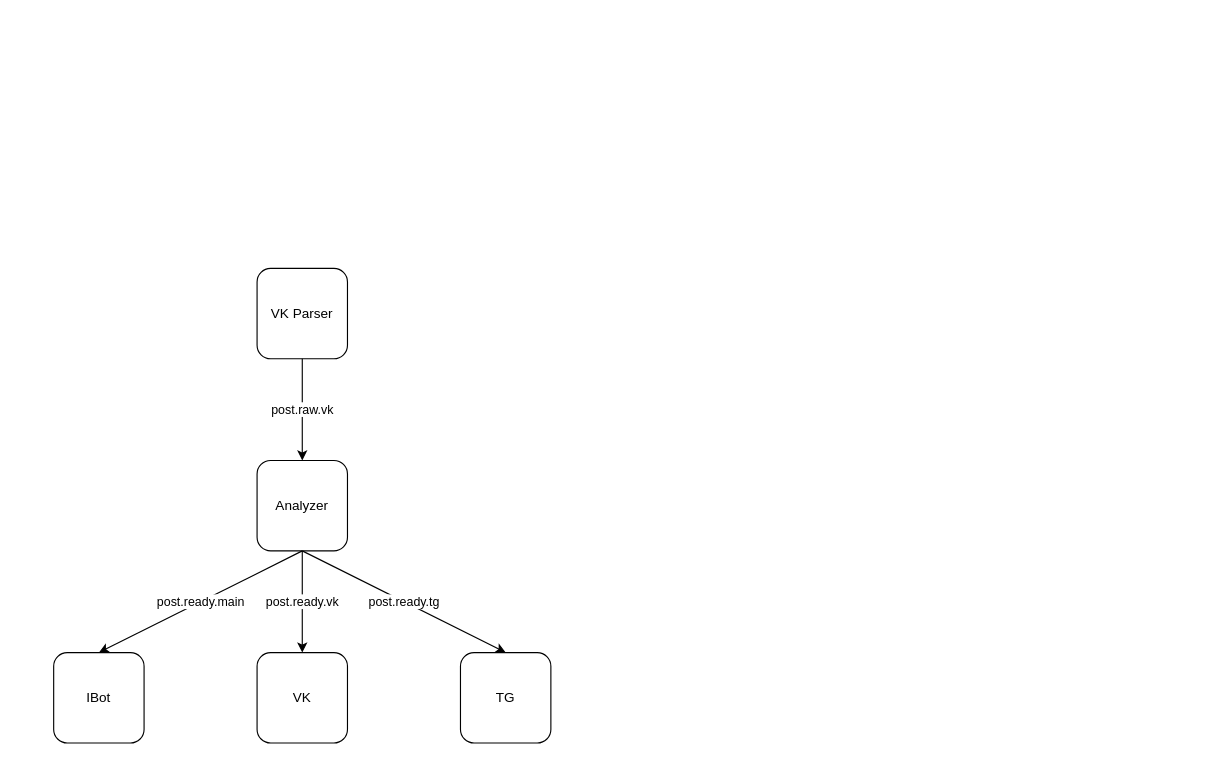
Above: page "RabbitMQ" (3 of 5) of food-sharing.drawio in SamGTU-teams/foodsharing (draw.io), before the change. Source tidied: cells renumbered, new cells numbered last; positions are measured from the earlier drawing's top-left corner, leaving out a move shared by most shapes. Both pictures are drawn from the tidied source at 113%, with x=0, y=0 at pixel (53, 268).
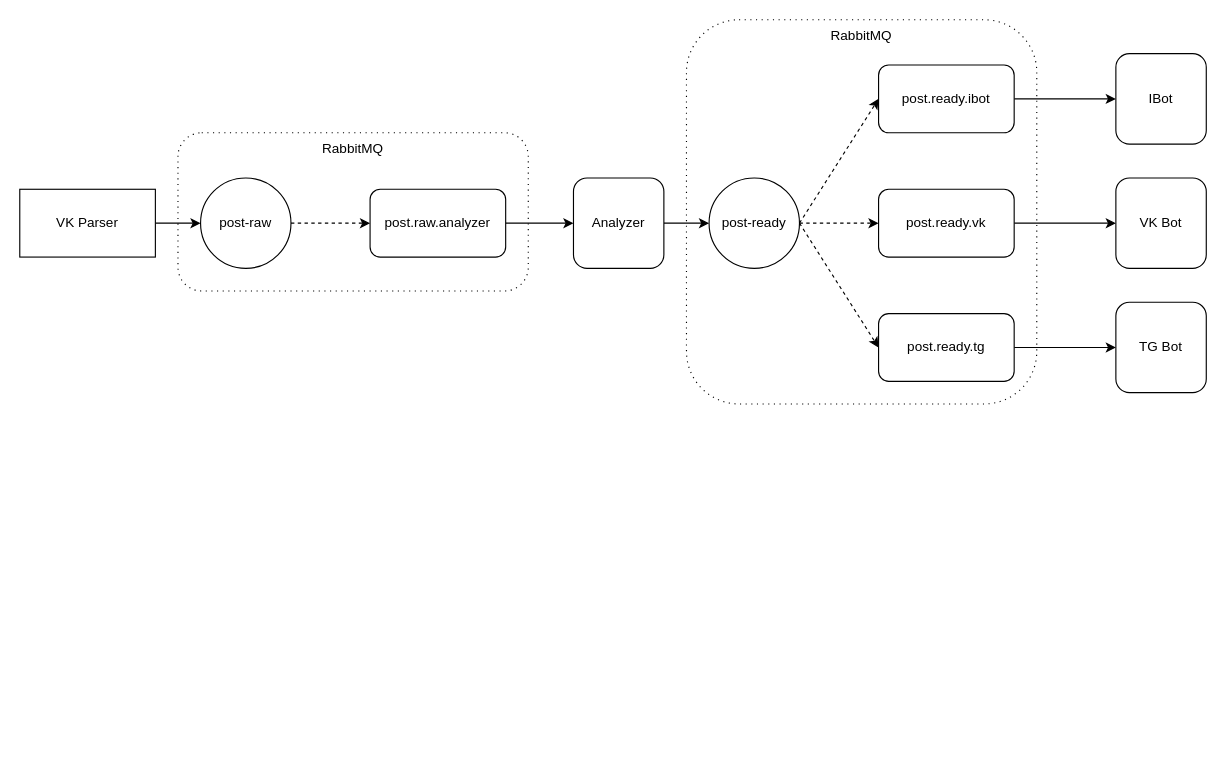
The same page after the edit.

Commit message:
Update RabbitMQ diagram.

Diff of the diagram source:
```diff
@@
+    <mxCell id="11" style="rounded=0;jettySize=auto;html=1;exitX=1;exitY=0.5;exitDx=0;exitDy=0;entryX=0;entryY=0.5;entryDx=0;entryDy=0;" parent="1" edge="1" source="3" target="23">
+      <mxGeometry relative="1" as="geometry" />
+    </mxCell>
+    <mxCell id="3" value="Analyzer" style="rounded=1;whiteSpace=wrap;html=1;" parent="1" vertex="1">
+      <mxGeometry x="460" y="-80" width="80" height="80" as="geometry" />
+    </mxCell>
+    <mxCell id="12" style="rounded=0;jettySize=auto;html=1;exitX=1;exitY=0.5;exitDx=0;exitDy=0;entryX=0;entryY=0.5;entryDx=0;entryDy=0;" parent="1" edge="1" source="2" target="15">
+      <mxGeometry relative="1" as="geometry" />
+    </mxCell>
-    <mxCell id="2" value="VK Parser" style="rounded=1;whiteSpace=wrap;html=1;" parent="1" vertex="1">
-      <mxGeometry x="180" width="80" height="80" as="geometry" />
+    <mxCell id="2" value="VK Parser" style="rounded=0;whiteSpace=wrap;html=1;" parent="1" vertex="1">
+      <mxGeometry x="-30" y="-70" width="120" height="60" as="geometry" />
     </mxCell>
-    <mxCell id="3" value="Analyzer" style="rounded=1;whiteSpace=wrap;html=1;" parent="1" vertex="1">
-      <mxGeometry x="180" y="170" width="80" height="80" as="geometry" />
-    </mxCell>
+    <mxCell id="13" style="rounded=0;jettySize=auto;html=1;exitX=1;exitY=0.5;exitDx=0;exitDy=0;entryX=0;entryY=0.5;entryDx=0;entryDy=0;" parent="1" edge="1" source="16" target="3">
+      <mxGeometry relative="1" as="geometry" />
+    </mxCell>
+    <mxCell id="14" style="group;" parent="1" vertex="1">
+      <mxGeometry x="110" y="-120" width="310" height="140" as="geometry" />
+    </mxCell>
+    <mxCell id="15" value="post-raw" style="ellipse;whiteSpace=wrap;html=1;" parent="14" vertex="1">
+      <mxGeometry x="20" y="40" width="80" height="80" as="geometry" />
+    </mxCell>
+    <mxCell id="16" value="post.raw.analyzer" style="rounded=1;whiteSpace=wrap;html=1;" parent="14" vertex="1">
+      <mxGeometry x="170" y="50" width="120" height="60" as="geometry" />
+    </mxCell>
+    <mxCell id="17" style="edgeStyle=orthogonalEdgeStyle;rounded=0;jettySize=auto;html=1;exitX=1;exitY=0.5;exitDx=0;exitDy=0;entryX=0;entryY=0.5;entryDx=0;entryDy=0;dashed=1;" parent="14" edge="1" source="15" target="16">
+      <mxGeometry relative="1" as="geometry" />
+    </mxCell>
+    <mxCell id="18" value="RabbitMQ" style="rounded=1;whiteSpace=wrap;html=1;dashed=1;dashPattern=1 4;verticalAlign=top;fillColor=none;" parent="14" vertex="1">
+      <mxGeometry width="310" height="140" as="geometry" />
+    </mxCell>
+    <mxCell id="5" value="TG Bot" style="rounded=1;whiteSpace=wrap;html=1;" parent="1" vertex="1">
+      <mxGeometry x="940" y="30" width="80" height="80" as="geometry" />
+    </mxCell>
+    <mxCell id="19" style="rounded=0;jettySize=auto;html=1;exitX=1;exitY=0.5;exitDx=0;exitDy=0;entryX=0;entryY=0.5;entryDx=0;entryDy=0;" parent="1" edge="1" source="10" target="5">
+      <mxGeometry relative="1" as="geometry" />
+    </mxCell>
+    <mxCell id="6" value="VK Bot" style="rounded=1;whiteSpace=wrap;html=1;" parent="1" vertex="1">
+      <mxGeometry x="940" y="-80" width="80" height="80" as="geometry" />
+    </mxCell>
+    <mxCell id="20" style="rounded=0;jettySize=auto;html=1;exitX=1;exitY=0.5;exitDx=0;exitDy=0;entryX=0;entryY=0.5;entryDx=0;entryDy=0;" parent="1" edge="1" source="9" target="6">
+      <mxGeometry relative="1" as="geometry" />
+    </mxCell>
     <mxCell id="4" value="IBot" style="rounded=1;whiteSpace=wrap;html=1;" parent="1" vertex="1">
-      <mxGeometry y="340" width="80" height="80" as="geometry" />
+      <mxGeometry x="940" y="-190" width="80" height="80" as="geometry" />
     </mxCell>
-    <mxCell id="5" value="TG" style="rounded=1;whiteSpace=wrap;html=1;" parent="1" vertex="1">
-      <mxGeometry x="360" y="340" width="80" height="80" as="geometry" />
-    </mxCell>
-    <mxCell id="6" value="VK" style="rounded=1;whiteSpace=wrap;html=1;" parent="1" vertex="1">
-      <mxGeometry x="180" y="340" width="80" height="80" as="geometry" />
-    </mxCell>
-    <mxCell id="7" value="post.raw.vk" style="endArrow=classic;html=1;rounded=0;exitX=0.5;exitY=1;exitDx=0;exitDy=0;entryX=0.5;entryY=0;entryDx=0;entryDy=0;" parent="1" edge="1" source="2" target="3">
-      <mxGeometry relative="1" as="geometry" />
-    </mxCell>
-    <mxCell id="8" value="post.ready.main" style="endArrow=classic;html=1;rounded=0;exitX=0.5;exitY=1;exitDx=0;exitDy=0;entryX=0.5;entryY=0;entryDx=0;entryDy=0;" parent="1" edge="1" source="3" target="4">
-      <mxGeometry relative="1" as="geometry" />
-    </mxCell>
+    <mxCell id="21" style="rounded=0;jettySize=auto;html=1;exitX=1;exitY=0.5;exitDx=0;exitDy=0;entryX=0;entryY=0.5;entryDx=0;entryDy=0;" parent="1" edge="1" source="27" target="4">
+      <mxGeometry relative="1" as="geometry" />
+    </mxCell>
+    <mxCell id="22" style="group;" parent="1" vertex="1">
+      <mxGeometry x="560" y="-220" width="310" height="340" as="geometry" />
+    </mxCell>
+    <mxCell id="10" value="post.ready.tg" style="rounded=1;whiteSpace=wrap;html=1;" parent="22" vertex="1">
+      <mxGeometry x="170" y="260" width="120" height="60" as="geometry" />
+    </mxCell>
+    <mxCell id="23" value="post-ready" style="ellipse;whiteSpace=wrap;html=1;" parent="22" vertex="1">
+      <mxGeometry x="20" y="140" width="80" height="80" as="geometry" />
+    </mxCell>
+    <mxCell id="24" style="edgeStyle=none;rounded=0;jettySize=auto;html=1;exitX=1;exitY=0.5;exitDx=0;exitDy=0;entryX=0;entryY=0.5;entryDx=0;entryDy=0;dashed=1;" parent="22" edge="1" source="23" target="10">
+      <mxGeometry relative="1" as="geometry" />
+    </mxCell>
+    <mxCell id="25" value="RabbitMQ" style="rounded=1;whiteSpace=wrap;html=1;dashed=1;dashPattern=1 4;verticalAlign=top;fillColor=none;" parent="22" vertex="1">
+      <mxGeometry width="310" height="340" as="geometry" />
+    </mxCell>
-    <mxCell id="9" value="post.ready.vk" style="endArrow=classic;html=1;rounded=0;entryX=0.5;entryY=0;entryDx=0;entryDy=0;exitX=0.5;exitY=1;exitDx=0;exitDy=0;" parent="1" edge="1" source="3" target="6">
-      <mxGeometry relative="1" as="geometry" />
+    <mxCell id="9" value="post.ready.vk" style="rounded=1;whiteSpace=wrap;html=1;" parent="22" vertex="1">
+      <mxGeometry x="170" y="150" width="120" height="60" as="geometry" />
     </mxCell>
-    <mxCell id="10" value="post.ready.tg" style="endArrow=classic;html=1;rounded=0;entryX=0.5;entryY=0;entryDx=0;entryDy=0;exitX=0.5;exitY=1;exitDx=0;exitDy=0;" parent="1" edge="1" source="3" target="5">
-      <mxGeometry relative="1" as="geometry" />
-    </mxCell>
+    <mxCell id="26" style="edgeStyle=none;rounded=0;jettySize=auto;html=1;exitX=1;exitY=0.5;exitDx=0;exitDy=0;entryX=0;entryY=0.5;entryDx=0;entryDy=0;dashed=1;" parent="22" edge="1" source="23" target="9">
+      <mxGeometry relative="1" as="geometry" />
+    </mxCell>
+    <mxCell id="27" value="post.ready.ibot" style="rounded=1;whiteSpace=wrap;html=1;" parent="22" vertex="1">
+      <mxGeometry x="170" y="40" width="120" height="60" as="geometry" />
+    </mxCell>
+    <mxCell id="28" style="rounded=0;jettySize=auto;html=1;exitX=1;exitY=0.5;exitDx=0;exitDy=0;entryX=0;entryY=0.5;entryDx=0;entryDy=0;dashed=1;" parent="22" edge="1" source="23" target="27">
+      <mxGeometry relative="1" as="geometry" />
+    </mxCell>
```
